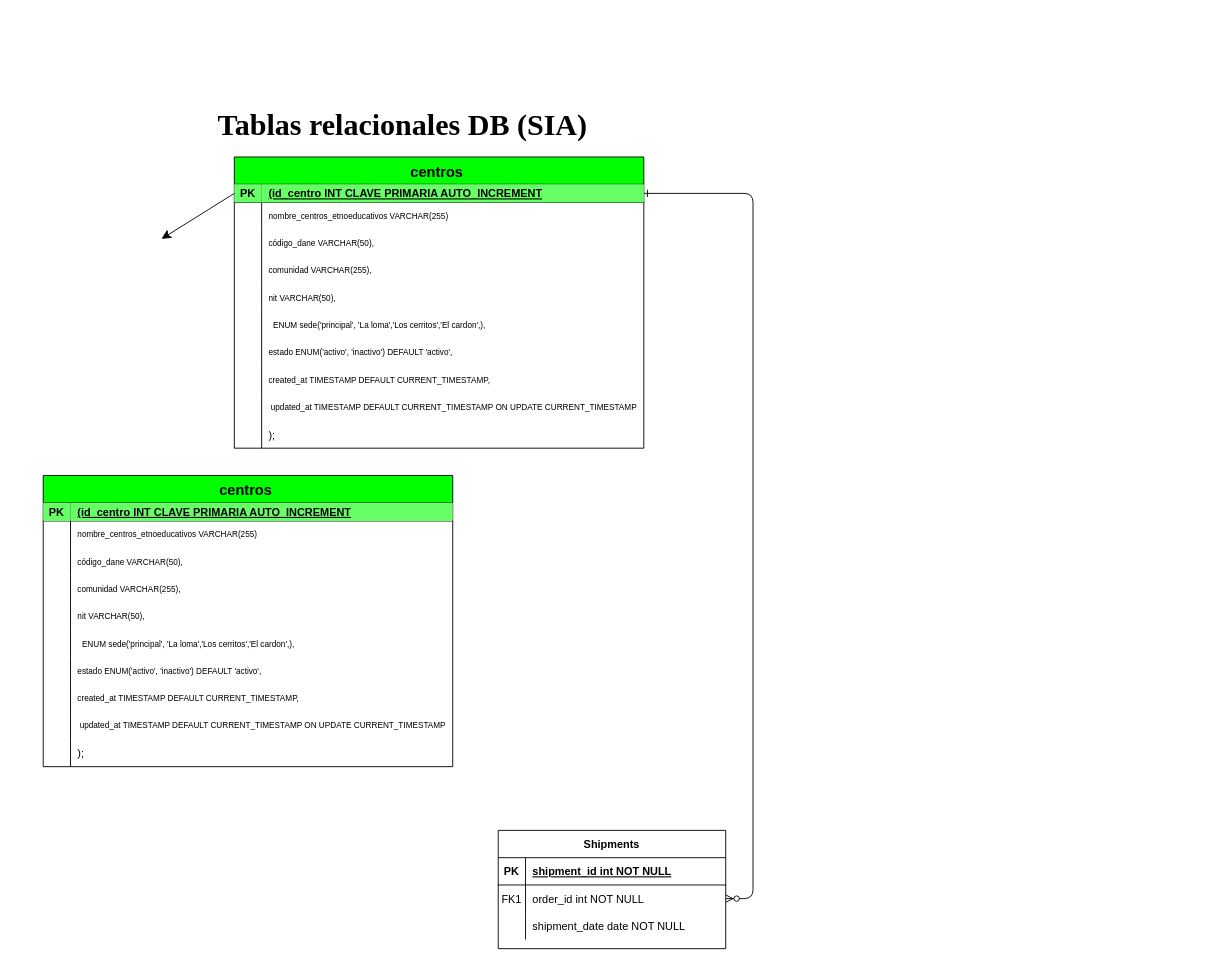
Above: digramas/Diagrama sin título.drawio in Andreszxc2001/Sistema-Integral-de-Asistencias-SIA- (draw.io), before the change. Source tidied: cells renumbered, new cells numbered last; positions are measured from the earlier drawing's top-left corner, leaving out a move shared by most shapes. Both pictures are drawn from the tidied source at 91%, with x=0, y=0 at pixel (15, 111).
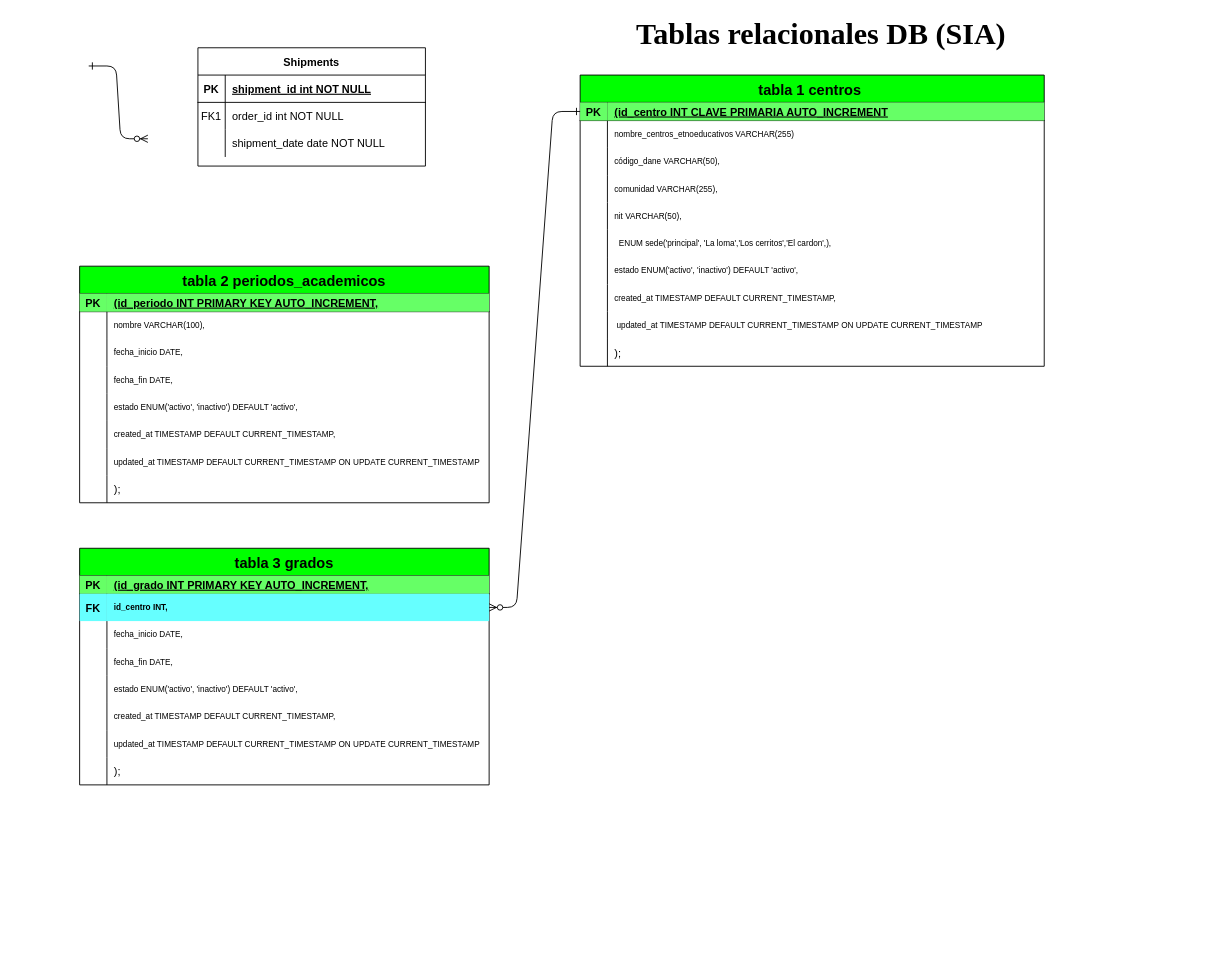
The same page after the edit.

The change refers to these unchanged cells:
```xml
<mxCell id="38" style="shape=partialRectangle;fillColor=none;points=[[0,0.5],[1,0.5]];portConstraint=eastwest;top=0;left=0;right=0;bottom=0;" parent="34" vertex="1">
  <mxGeometry y="60" width="250" height="30" as="geometry" />
</mxCell>
<mxCell id="46" style="shape=partialRectangle;fillColor=none;top=0;left=0;right=0;bottom=1;" parent="45" vertex="1">
  <mxGeometry y="30" width="450" height="20" as="geometry" />
</mxCell>
<mxCell id="49" style="shape=partialRectangle;fillColor=none;top=0;left=0;right=0;bottom=0;" parent="45" vertex="1">
  <mxGeometry y="50" width="450" height="30" as="geometry" />
</mxCell>
<mxCell id="52" style="shape=partialRectangle;fillColor=none;top=0;left=0;right=0;bottom=0;" parent="45" vertex="1">
  <mxGeometry y="80" width="450" height="30" as="geometry" />
</mxCell>
<mxCell id="55" style="shape=partialRectangle;fillColor=none;top=0;left=0;right=0;bottom=0;" parent="45" vertex="1">
  <mxGeometry y="110" width="450" height="30" as="geometry" />
</mxCell>
<mxCell id="58" style="shape=partialRectangle;fillColor=none;top=0;left=0;right=0;bottom=0;" parent="45" vertex="1">
  <mxGeometry y="140" width="450" height="30" as="geometry" />
</mxCell>
<mxCell id="61" style="shape=partialRectangle;fillColor=none;top=0;left=0;right=0;bottom=0;" parent="45" vertex="1">
  <mxGeometry y="170" width="450" height="30" as="geometry" />
</mxCell>
<mxCell id="64" style="shape=partialRectangle;fillColor=none;top=0;left=0;right=0;bottom=0;" parent="45" vertex="1">
  <mxGeometry y="200" width="450" height="30" as="geometry" />
</mxCell>
```

Change to the diagram source:
```diff
@@
-    <mxCell id="2" style="edgeStyle=entityRelationEdgeStyle;endArrow=ERzeroToMany;startArrow=ERone;endFill=1;startFill=0;" parent="1" edge="1" source="4" target="38">
-      <mxGeometry relative="1" as="geometry" />
-    </mxCell>
-    <mxCell id="3" value="centros " style="shape=table;startSize=30;childLayout=tableLayout;rowLines=0;fontStyle=1;align=center;fillColor=#00FF00;fontSize=16;" parent="1" vertex="1">
-      <mxGeometry x="240" y="50" width="450" height="320" as="geometry" />
+    <mxCell id="3" value="tabla 1 centros " style="shape=table;startSize=30;childLayout=tableLayout;rowLines=0;fontStyle=1;align=center;fillColor=#00FF00;fontSize=16;" parent="1" vertex="1">
+      <mxGeometry x="620" y="-40" width="510" height="320" as="geometry" />
     </mxCell>
     <mxCell id="4" style="shape=partialRectangle;fillColor=none;points=[[0,0.5],[1,0.5]];portConstraint=eastwest;top=0;left=0;right=0;bottom=1;" parent="3" vertex="1">
-      <mxGeometry y="30" width="450" height="20" as="geometry" />
+      <mxGeometry y="30" width="510" height="20" as="geometry" />
     </mxCell>
@@
     <mxCell id="6" value="(id_centro INT CLAVE PRIMARIA AUTO_INCREMENT" style="shape=partialRectangle;overflow=hidden;fillColor=#66FF66;top=0;left=0;bottom=0;right=0;align=left;spacingLeft=6;fontStyle=5;fontSize=12;" parent="4" vertex="1">
-      <mxGeometry x="30" width="420" height="20" as="geometry" />
+      <mxGeometry x="30" width="480" height="20" as="geometry" />
     </mxCell>
     <mxCell id="7" style="shape=partialRectangle;fillColor=none;top=0;left=0;right=0;bottom=0;" parent="3" vertex="1">
-      <mxGeometry y="50" width="450" height="30" as="geometry" />
+      <mxGeometry y="50" width="510" height="30" as="geometry" />
     </mxCell>
@@
     <mxCell id="9" value="nombre_centros_etnoeducativos VARCHAR(255)" style="shape=partialRectangle;overflow=hidden;fillColor=none;top=0;left=0;bottom=0;right=0;align=left;spacingLeft=6;fontSize=9;" parent="7" vertex="1">
-      <mxGeometry x="30" width="420" height="30" as="geometry" />
+      <mxGeometry x="30" width="480" height="30" as="geometry" />
     </mxCell>
     <mxCell id="10" style="shape=partialRectangle;fillColor=none;top=0;left=0;right=0;bottom=0;" parent="3" vertex="1">
-      <mxGeometry y="80" width="450" height="30" as="geometry" />
+      <mxGeometry y="80" width="510" height="30" as="geometry" />
     </mxCell>
@@
     <mxCell id="12" value="código_dane VARCHAR(50)," style="shape=partialRectangle;overflow=hidden;fillColor=none;top=0;left=0;bottom=0;right=0;align=left;spacingLeft=6;fontSize=9;" parent="10" vertex="1">
-      <mxGeometry x="30" width="420" height="30" as="geometry" />
+      <mxGeometry x="30" width="480" height="30" as="geometry" />
     </mxCell>
     <mxCell id="13" style="shape=partialRectangle;fillColor=none;top=0;left=0;right=0;bottom=0;" parent="3" vertex="1">
-      <mxGeometry y="110" width="450" height="30" as="geometry" />
+      <mxGeometry y="110" width="510" height="30" as="geometry" />
     </mxCell>
@@
     <mxCell id="15" value="comunidad VARCHAR(255)," style="shape=partialRectangle;overflow=hidden;fillColor=none;top=0;left=0;bottom=0;right=0;align=left;spacingLeft=6;fontSize=9;" parent="13" vertex="1">
-      <mxGeometry x="30" width="420" height="30" as="geometry" />
+      <mxGeometry x="30" width="480" height="30" as="geometry" />
     </mxCell>
     <mxCell id="16" style="shape=partialRectangle;fillColor=none;top=0;left=0;right=0;bottom=0;" parent="3" vertex="1">
-      <mxGeometry y="140" width="450" height="30" as="geometry" />
+      <mxGeometry y="140" width="510" height="30" as="geometry" />
     </mxCell>
@@
     <mxCell id="18" value="nit VARCHAR(50)," style="shape=partialRectangle;overflow=hidden;fillColor=none;top=0;left=0;bottom=0;right=0;align=left;spacingLeft=6;fontSize=9;" parent="16" vertex="1">
-      <mxGeometry x="30" width="420" height="30" as="geometry" />
+      <mxGeometry x="30" width="480" height="30" as="geometry" />
     </mxCell>
     <mxCell id="19" style="shape=partialRectangle;fillColor=none;top=0;left=0;right=0;bottom=0;" parent="3" vertex="1">
-      <mxGeometry y="170" width="450" height="30" as="geometry" />
+      <mxGeometry y="170" width="510" height="30" as="geometry" />
     </mxCell>
@@
     <mxCell id="21" value="  ENUM sede('principal', 'La loma','Los cerritos','El cardon',)," style="shape=partialRectangle;overflow=hidden;fillColor=none;top=0;left=0;bottom=0;right=0;align=left;spacingLeft=6;fontSize=9;" parent="19" vertex="1">
-      <mxGeometry x="30" width="420" height="30" as="geometry" />
+      <mxGeometry x="30" width="480" height="30" as="geometry" />
     </mxCell>
     <mxCell id="22" style="shape=partialRectangle;fillColor=none;top=0;left=0;right=0;bottom=0;" parent="3" vertex="1">
-      <mxGeometry y="200" width="450" height="30" as="geometry" />
+      <mxGeometry y="200" width="510" height="30" as="geometry" />
     </mxCell>
@@
     <mxCell id="24" value="estado ENUM('activo', 'inactivo') DEFAULT 'activo'," style="shape=partialRectangle;overflow=hidden;fillColor=none;top=0;left=0;bottom=0;right=0;align=left;spacingLeft=6;fontSize=9;" parent="22" vertex="1">
-      <mxGeometry x="30" width="420" height="30" as="geometry" />
+      <mxGeometry x="30" width="480" height="30" as="geometry" />
     </mxCell>
     <mxCell id="25" style="shape=partialRectangle;fillColor=none;top=0;left=0;right=0;bottom=0;" parent="3" vertex="1">
-      <mxGeometry y="230" width="450" height="30" as="geometry" />
+      <mxGeometry y="230" width="510" height="30" as="geometry" />
     </mxCell>
@@
     <mxCell id="27" value="created_at TIMESTAMP DEFAULT CURRENT_TIMESTAMP," style="shape=partialRectangle;overflow=hidden;fillColor=none;top=0;left=0;bottom=0;right=0;align=left;spacingLeft=6;fontSize=9;" parent="25" vertex="1">
-      <mxGeometry x="30" width="420" height="30" as="geometry" />
+      <mxGeometry x="30" width="480" height="30" as="geometry" />
     </mxCell>
     <mxCell id="28" style="shape=partialRectangle;fillColor=none;top=0;left=0;right=0;bottom=0;" parent="3" vertex="1">
-      <mxGeometry y="260" width="450" height="30" as="geometry" />
+      <mxGeometry y="260" width="510" height="30" as="geometry" />
     </mxCell>
@@
     <mxCell id="30" value=" updated_at TIMESTAMP DEFAULT CURRENT_TIMESTAMP ON UPDATE CURRENT_TIMESTAMP" style="shape=partialRectangle;overflow=hidden;fillColor=none;top=0;left=0;bottom=0;right=0;align=left;spacingLeft=6;fontSize=9;" parent="28" vertex="1">
-      <mxGeometry x="30" width="420" height="30" as="geometry" />
+      <mxGeometry x="30" width="480" height="30" as="geometry" />
     </mxCell>
     <mxCell id="31" style="shape=partialRectangle;fillColor=none;top=0;left=0;right=0;bottom=0;" parent="3" vertex="1">
-      <mxGeometry y="290" width="450" height="30" as="geometry" />
+      <mxGeometry y="290" width="510" height="30" as="geometry" />
     </mxCell>
@@
     <mxCell id="33" value=");" style="shape=partialRectangle;overflow=hidden;fillColor=none;top=0;left=0;bottom=0;right=0;align=left;spacingLeft=6;" parent="31" vertex="1">
-      <mxGeometry x="30" width="420" height="30" as="geometry" />
+      <mxGeometry x="30" width="480" height="30" as="geometry" />
     </mxCell>
     <mxCell id="34" value="Shipments" style="shape=table;startSize=30;childLayout=tableLayout;rowLines=0;fontStyle=1;align=center;" parent="1" vertex="1">
-      <mxGeometry x="530" y="790" width="250" height="130" as="geometry" />
+      <mxGeometry x="200" y="-70" width="250" height="130" as="geometry" />
     </mxCell>
@@
     <mxCell id="44" value="&lt;b&gt;&lt;font face=&quot;Times New Roman&quot; style=&quot;font-size: 33px;&quot;&gt;Tablas relacionales DB (SIA)&lt;/font&gt;&lt;/b&gt;" style="text;html=1;align=center;verticalAlign=middle;whiteSpace=wrap;rounded=0;" parent="1" vertex="1">
-      <mxGeometry width="850" height="30" as="geometry" />
+      <mxGeometry x="460" y="-100" width="850" height="30" as="geometry" />
     </mxCell>
-    <mxCell id="45" value="centros " style="shape=table;startSize=30;childLayout=tableLayout;rowLines=0;fontStyle=1;align=center;fillColor=#00FF00;fontSize=16;" parent="1" vertex="1">
-      <mxGeometry x="30" y="400" width="450" height="320" as="geometry" />
+    <mxCell id="45" value="tabla 2 periodos_academicos" style="shape=table;startSize=30;childLayout=tableLayout;rowLines=0;fontStyle=1;align=center;fillColor=#00FF00;fontSize=16;" parent="1" vertex="1">
+      <mxGeometry x="70" y="170" width="450" height="260" as="geometry" />
     </mxCell>
@@
-    <mxCell id="48" value="(id_centro INT CLAVE PRIMARIA AUTO_INCREMENT" style="shape=partialRectangle;overflow=hidden;fillColor=#66FF66;top=0;left=0;bottom=0;right=0;align=left;spacingLeft=6;fontStyle=5;fontSize=12;" parent="46" vertex="1">
+    <mxCell id="48" value="(id_periodo INT PRIMARY KEY AUTO_INCREMENT," style="shape=partialRectangle;overflow=hidden;fillColor=#66FF66;top=0;left=0;bottom=0;right=0;align=left;spacingLeft=6;fontStyle=5;fontSize=12;" parent="46" vertex="1">
       <mxGeometry x="30" width="420" height="20" as="geometry" />
     </mxCell>
@@
-    <mxCell id="51" value="nombre_centros_etnoeducativos VARCHAR(255)" style="shape=partialRectangle;overflow=hidden;fillColor=none;top=0;left=0;bottom=0;right=0;align=left;spacingLeft=6;fontSize=9;" parent="49" vertex="1">
+    <mxCell id="51" value="nombre VARCHAR(100)," style="shape=partialRectangle;overflow=hidden;fillColor=none;top=0;left=0;bottom=0;right=0;align=left;spacingLeft=6;fontSize=9;" parent="49" vertex="1">
       <mxGeometry x="30" width="420" height="30" as="geometry" />
     </mxCell>
@@
-    <mxCell id="54" value="código_dane VARCHAR(50)," style="shape=partialRectangle;overflow=hidden;fillColor=none;top=0;left=0;bottom=0;right=0;align=left;spacingLeft=6;fontSize=9;" parent="52" vertex="1">
+    <mxCell id="54" value="fecha_inicio DATE," style="shape=partialRectangle;overflow=hidden;fillColor=none;top=0;left=0;bottom=0;right=0;align=left;spacingLeft=6;fontSize=9;" parent="52" vertex="1">
       <mxGeometry x="30" width="420" height="30" as="geometry" />
     </mxCell>
@@
-    <mxCell id="57" value="comunidad VARCHAR(255)," style="shape=partialRectangle;overflow=hidden;fillColor=none;top=0;left=0;bottom=0;right=0;align=left;spacingLeft=6;fontSize=9;" parent="55" vertex="1">
+    <mxCell id="57" value="fecha_fin DATE," style="shape=partialRectangle;overflow=hidden;fillColor=none;top=0;left=0;bottom=0;right=0;align=left;spacingLeft=6;fontSize=9;" parent="55" vertex="1">
       <mxGeometry x="30" width="420" height="30" as="geometry" />
     </mxCell>
@@
-    <mxCell id="60" value="nit VARCHAR(50)," style="shape=partialRectangle;overflow=hidden;fillColor=none;top=0;left=0;bottom=0;right=0;align=left;spacingLeft=6;fontSize=9;" parent="58" vertex="1">
+    <mxCell id="60" value="estado ENUM('activo', 'inactivo') DEFAULT 'activo'," style="shape=partialRectangle;overflow=hidden;fillColor=none;top=0;left=0;bottom=0;right=0;align=left;spacingLeft=6;fontSize=9;" parent="58" vertex="1">
       <mxGeometry x="30" width="420" height="30" as="geometry" />
     </mxCell>
@@
-    <mxCell id="63" value="  ENUM sede('principal', 'La loma','Los cerritos','El cardon',)," style="shape=partialRectangle;overflow=hidden;fillColor=none;top=0;left=0;bottom=0;right=0;align=left;spacingLeft=6;fontSize=9;" parent="61" vertex="1">
+    <mxCell id="63" value="created_at TIMESTAMP DEFAULT CURRENT_TIMESTAMP," style="shape=partialRectangle;overflow=hidden;fillColor=none;top=0;left=0;bottom=0;right=0;align=left;spacingLeft=6;fontSize=9;" parent="61" vertex="1">
       <mxGeometry x="30" width="420" height="30" as="geometry" />
     </mxCell>
@@
-    <mxCell id="66" value="estado ENUM('activo', 'inactivo') DEFAULT 'activo'," style="shape=partialRectangle;overflow=hidden;fillColor=none;top=0;left=0;bottom=0;right=0;align=left;spacingLeft=6;fontSize=9;" parent="64" vertex="1">
+    <mxCell id="66" value="updated_at TIMESTAMP DEFAULT CURRENT_TIMESTAMP ON UPDATE CURRENT_TIMESTAMP" style="shape=partialRectangle;overflow=hidden;fillColor=none;top=0;left=0;bottom=0;right=0;align=left;spacingLeft=6;fontSize=9;" parent="64" vertex="1">
       <mxGeometry x="30" width="420" height="30" as="geometry" />
     </mxCell>
-    <mxCell id="67" style="shape=partialRectangle;fillColor=none;top=0;left=0;right=0;bottom=0;" parent="45" vertex="1">
-      <mxGeometry y="230" width="450" height="30" as="geometry" />
-    </mxCell>
-    <mxCell id="68" style="shape=partialRectangle;overflow=hidden;fillColor=none;top=0;left=0;bottom=0;right=0;" parent="67" vertex="1">
-      <mxGeometry width="30" height="30" as="geometry" />
-    </mxCell>
-    <mxCell id="69" value="created_at TIMESTAMP DEFAULT CURRENT_TIMESTAMP," style="shape=partialRectangle;overflow=hidden;fillColor=none;top=0;left=0;bottom=0;right=0;align=left;spacingLeft=6;fontSize=9;" parent="67" vertex="1">
-      <mxGeometry x="30" width="420" height="30" as="geometry" />
-    </mxCell>
-    <mxCell id="70" style="shape=partialRectangle;fillColor=none;top=0;left=0;right=0;bottom=0;" parent="45" vertex="1">
-      <mxGeometry y="260" width="450" height="30" as="geometry" />
-    </mxCell>
-    <mxCell id="71" style="shape=partialRectangle;overflow=hidden;fillColor=none;top=0;left=0;bottom=0;right=0;" parent="70" vertex="1">
-      <mxGeometry width="30" height="30" as="geometry" />
-    </mxCell>
-    <mxCell id="72" value=" updated_at TIMESTAMP DEFAULT CURRENT_TIMESTAMP ON UPDATE CURRENT_TIMESTAMP" style="shape=partialRectangle;overflow=hidden;fillColor=none;top=0;left=0;bottom=0;right=0;align=left;spacingLeft=6;fontSize=9;" parent="70" vertex="1">
-      <mxGeometry x="30" width="420" height="30" as="geometry" />
-    </mxCell>
     <mxCell id="73" style="shape=partialRectangle;fillColor=none;top=0;left=0;right=0;bottom=0;" parent="45" vertex="1">
-      <mxGeometry y="290" width="450" height="30" as="geometry" />
+      <mxGeometry y="230" width="450" height="30" as="geometry" />
     </mxCell>
@@
-    <mxCell id="76" style="edgeStyle=none;curved=1;rounded=0;jettySize=auto;html=1;exitX=0;exitY=0.5;exitDx=0;exitDy=0;fontSize=12;startSize=8;endSize=8;" parent="1" edge="1" source="4">
-      <mxGeometry relative="1" as="geometry">
-        <mxPoint x="160" y="140" as="targetPoint" />
-      </mxGeometry>
-    </mxCell>
+    <mxCell id="77" style="edgeStyle=entityRelationEdgeStyle;endArrow=ERzeroToMany;startArrow=ERone;endFill=1;startFill=0;" parent="1" edge="1">
+      <mxGeometry relative="1" as="geometry">
+        <mxPoint x="80" y="-50" as="sourcePoint" />
+        <mxPoint x="145" y="30" as="targetPoint" />
+        <Array as="points">
+          <mxPoint x="35.1" y="-79.1" />
+          <mxPoint x="-74.9" y="60.9" />
+          <mxPoint x="-24.9" y="-9.1" />
+          <mxPoint x="-24.9" y="10.9" />
+          <mxPoint x="-24.9" y="-49.1" />
+          <mxPoint x="-84.9" y="120.6" />
+        </Array>
+      </mxGeometry>
+    </mxCell>
+    <mxCell id="78" value="tabla 3 grados" style="shape=table;startSize=30;childLayout=tableLayout;rowLines=0;fontStyle=1;align=center;fillColor=#00FF00;fontSize=16;" parent="1" vertex="1">
+      <mxGeometry x="70" y="480" width="450" height="260" as="geometry" />
+    </mxCell>
+    <mxCell id="79" style="shape=partialRectangle;fillColor=none;top=0;left=0;right=0;bottom=1;" parent="78" vertex="1">
+      <mxGeometry y="30" width="450" height="20" as="geometry" />
+    </mxCell>
+    <mxCell id="80" value="PK" style="shape=partialRectangle;overflow=hidden;fillColor=#66FF66;top=0;left=0;bottom=0;right=0;fontStyle=1;" parent="79" vertex="1">
+      <mxGeometry width="30" height="20" as="geometry" />
+    </mxCell>
+    <mxCell id="81" value="(id_grado INT PRIMARY KEY AUTO_INCREMENT," style="shape=partialRectangle;overflow=hidden;fillColor=#66FF66;top=0;left=0;bottom=0;right=0;align=left;spacingLeft=6;fontStyle=5;fontSize=12;" parent="79" vertex="1">
+      <mxGeometry x="30" width="420" height="20" as="geometry" />
+    </mxCell>
+    <mxCell id="82" style="shape=partialRectangle;fillColor=none;points=[[0,0.5],[1,0.5]];portConstraint=eastwest;top=0;left=0;right=0;bottom=0;" parent="78" vertex="1">
+      <mxGeometry y="50" width="450" height="30" as="geometry" />
+    </mxCell>
+    <mxCell id="83" value="FK" style="shape=partialRectangle;overflow=hidden;fillColor=#66FFFF;top=0;left=0;bottom=0;right=0;strokeColor=#000000;fontStyle=1;" parent="82" vertex="1">
+      <mxGeometry width="30" height="30" as="geometry" />
+    </mxCell>
+    <mxCell id="84" value="id_centro INT," style="shape=partialRectangle;overflow=hidden;fillColor=#66FFFF;top=0;left=0;bottom=0;right=0;align=left;spacingLeft=6;fontSize=9;fontStyle=1;" parent="82" vertex="1">
+      <mxGeometry x="30" width="420" height="30" as="geometry" />
+    </mxCell>
+    <mxCell id="85" style="shape=partialRectangle;fillColor=none;top=0;left=0;right=0;bottom=0;" parent="78" vertex="1">
+      <mxGeometry y="80" width="450" height="30" as="geometry" />
+    </mxCell>
+    <mxCell id="86" style="shape=partialRectangle;overflow=hidden;fillColor=none;top=0;left=0;bottom=0;right=0;" parent="85" vertex="1">
+      <mxGeometry width="30" height="30" as="geometry" />
+    </mxCell>
+    <mxCell id="87" value="fecha_inicio DATE," style="shape=partialRectangle;overflow=hidden;fillColor=none;top=0;left=0;bottom=0;right=0;align=left;spacingLeft=6;fontSize=9;" parent="85" vertex="1">
+      <mxGeometry x="30" width="420" height="30" as="geometry" />
+    </mxCell>
+    <mxCell id="88" style="shape=partialRectangle;fillColor=none;top=0;left=0;right=0;bottom=0;" parent="78" vertex="1">
+      <mxGeometry y="110" width="450" height="30" as="geometry" />
+    </mxCell>
+    <mxCell id="89" style="shape=partialRectangle;overflow=hidden;fillColor=none;top=0;left=0;bottom=0;right=0;" parent="88" vertex="1">
+      <mxGeometry width="30" height="30" as="geometry" />
+    </mxCell>
+    <mxCell id="90" value="fecha_fin DATE," style="shape=partialRectangle;overflow=hidden;fillColor=none;top=0;left=0;bottom=0;right=0;align=left;spacingLeft=6;fontSize=9;" parent="88" vertex="1">
+      <mxGeometry x="30" width="420" height="30" as="geometry" />
+    </mxCell>
+    <mxCell id="91" style="shape=partialRectangle;fillColor=none;top=0;left=0;right=0;bottom=0;" parent="78" vertex="1">
+      <mxGeometry y="140" width="450" height="30" as="geometry" />
+    </mxCell>
+    <mxCell id="92" style="shape=partialRectangle;overflow=hidden;fillColor=none;top=0;left=0;bottom=0;right=0;" parent="91" vertex="1">
+      <mxGeometry width="30" height="30" as="geometry" />
+    </mxCell>
+    <mxCell id="93" value="estado ENUM('activo', 'inactivo') DEFAULT 'activo'," style="shape=partialRectangle;overflow=hidden;fillColor=none;top=0;left=0;bottom=0;right=0;align=left;spacingLeft=6;fontSize=9;" parent="91" vertex="1">
+      <mxGeometry x="30" width="420" height="30" as="geometry" />
+    </mxCell>
+    <mxCell id="94" style="shape=partialRectangle;fillColor=none;top=0;left=0;right=0;bottom=0;" parent="78" vertex="1">
+      <mxGeometry y="170" width="450" height="30" as="geometry" />
+    </mxCell>
+    <mxCell id="95" style="shape=partialRectangle;overflow=hidden;fillColor=none;top=0;left=0;bottom=0;right=0;" parent="94" vertex="1">
+      <mxGeometry width="30" height="30" as="geometry" />
+    </mxCell>
+    <mxCell id="69" value="created_at TIMESTAMP DEFAULT CURRENT_TIMESTAMP," style="shape=partialRectangle;overflow=hidden;fillColor=none;top=0;left=0;bottom=0;right=0;align=left;spacingLeft=6;fontSize=9;" parent="94" vertex="1">
+      <mxGeometry x="30" width="420" height="30" as="geometry" />
+    </mxCell>
+    <mxCell id="96" style="shape=partialRectangle;fillColor=none;top=0;left=0;right=0;bottom=0;" parent="78" vertex="1">
+      <mxGeometry y="200" width="450" height="30" as="geometry" />
+    </mxCell>
+    <mxCell id="97" style="shape=partialRectangle;overflow=hidden;fillColor=none;top=0;left=0;bottom=0;right=0;" parent="96" vertex="1">
+      <mxGeometry width="30" height="30" as="geometry" />
+    </mxCell>
+    <mxCell id="72" value="updated_at TIMESTAMP DEFAULT CURRENT_TIMESTAMP ON UPDATE CURRENT_TIMESTAMP" style="shape=partialRectangle;overflow=hidden;fillColor=none;top=0;left=0;bottom=0;right=0;align=left;spacingLeft=6;fontSize=9;" parent="96" vertex="1">
+      <mxGeometry x="30" width="420" height="30" as="geometry" />
+    </mxCell>
+    <mxCell id="67" style="shape=partialRectangle;fillColor=none;top=0;left=0;right=0;bottom=0;" parent="78" vertex="1">
+      <mxGeometry y="230" width="450" height="30" as="geometry" />
+    </mxCell>
+    <mxCell id="98" style="shape=partialRectangle;overflow=hidden;fillColor=none;top=0;left=0;bottom=0;right=0;" parent="67" vertex="1">
+      <mxGeometry width="30" height="30" as="geometry" />
+    </mxCell>
+    <mxCell id="99" value=");" style="shape=partialRectangle;overflow=hidden;fillColor=none;top=0;left=0;bottom=0;right=0;align=left;spacingLeft=6;" parent="67" vertex="1">
+      <mxGeometry x="30" width="420" height="30" as="geometry" />
+    </mxCell>
+    <mxCell id="100" style="edgeStyle=entityRelationEdgeStyle;endArrow=ERzeroToMany;startArrow=ERone;endFill=1;startFill=0;" parent="1" edge="1" source="4" target="82">
+      <mxGeometry relative="1" as="geometry" />
+    </mxCell>
```
